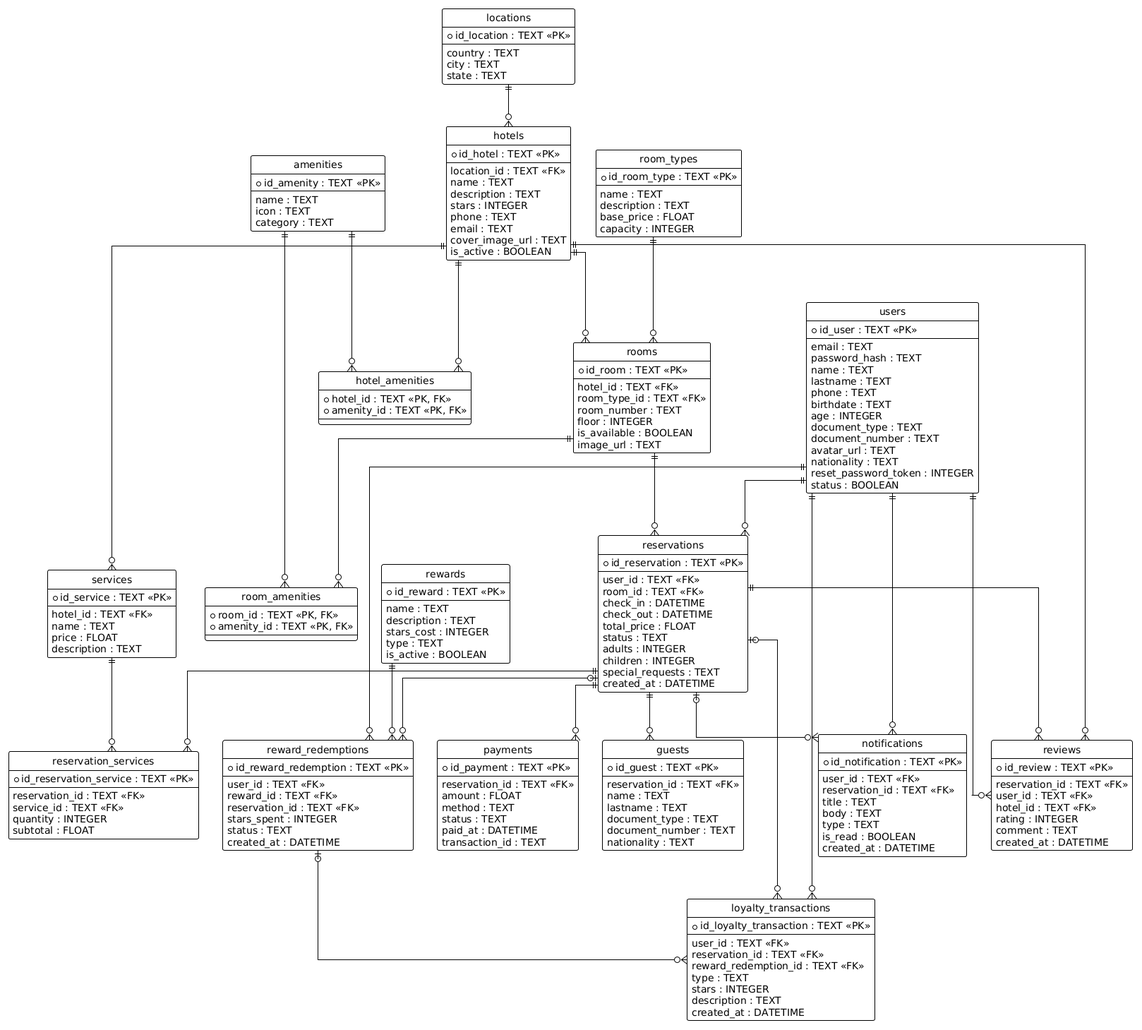
The PlantUML diagram docs_images/diagrams/Diagrama_de_clases.png in Walturx/ProyectoPrograMovil, before a commit.
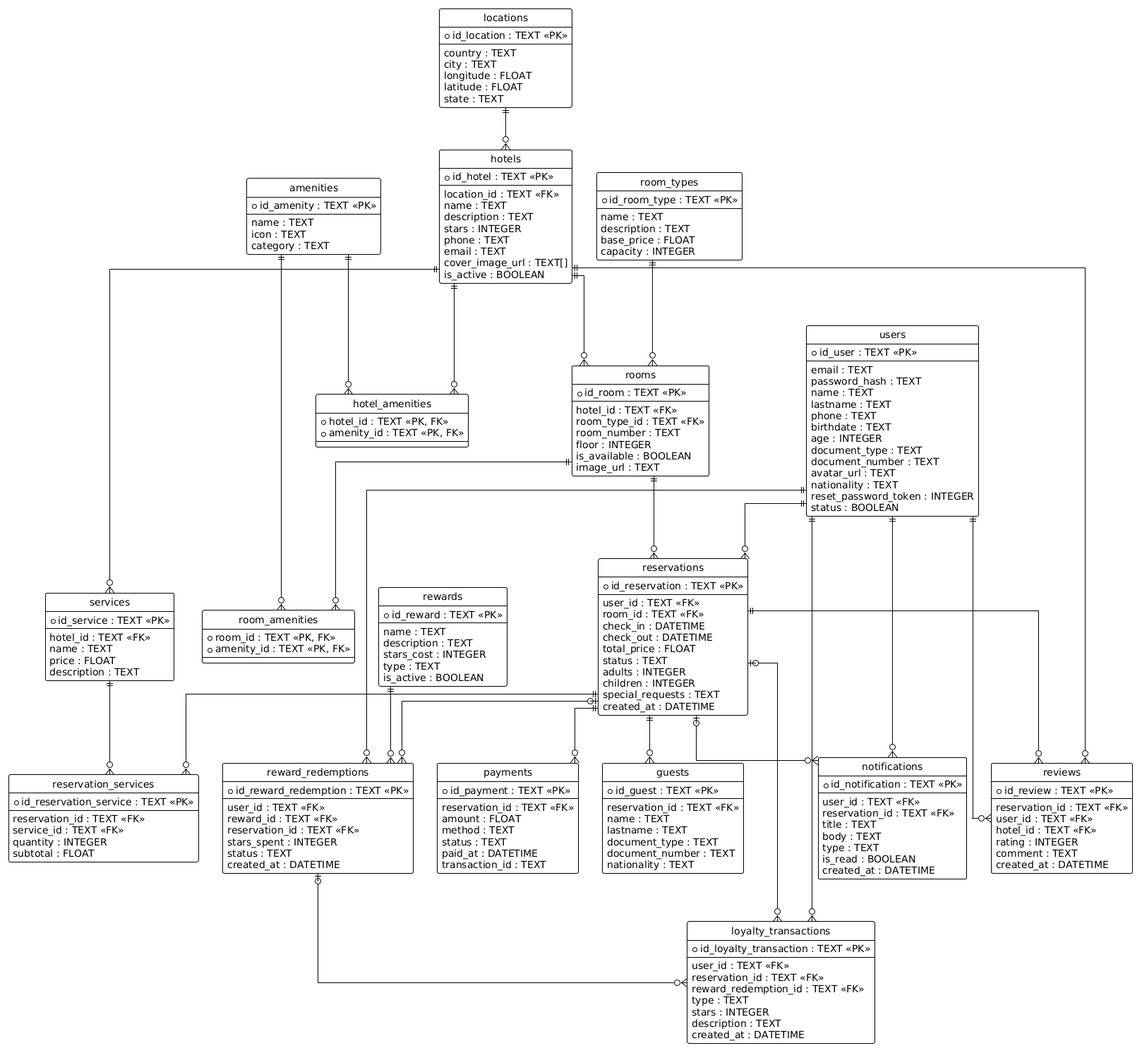
Later version of the same file.

Diff of the diagram source:
```diff
@@ -8,6 +8,8 @@
   --
   country : TEXT
   city : TEXT
+  longitude : FLOAT
+  latitude : FLOAT
   state : TEXT
 }
 
@@ -20,7 +22,7 @@
   stars : INTEGER
   phone : TEXT
   email : TEXT
-  cover_image_url : TEXT
+  cover_image_url : TEXT[]
   is_active : BOOLEAN
 }
 
```
